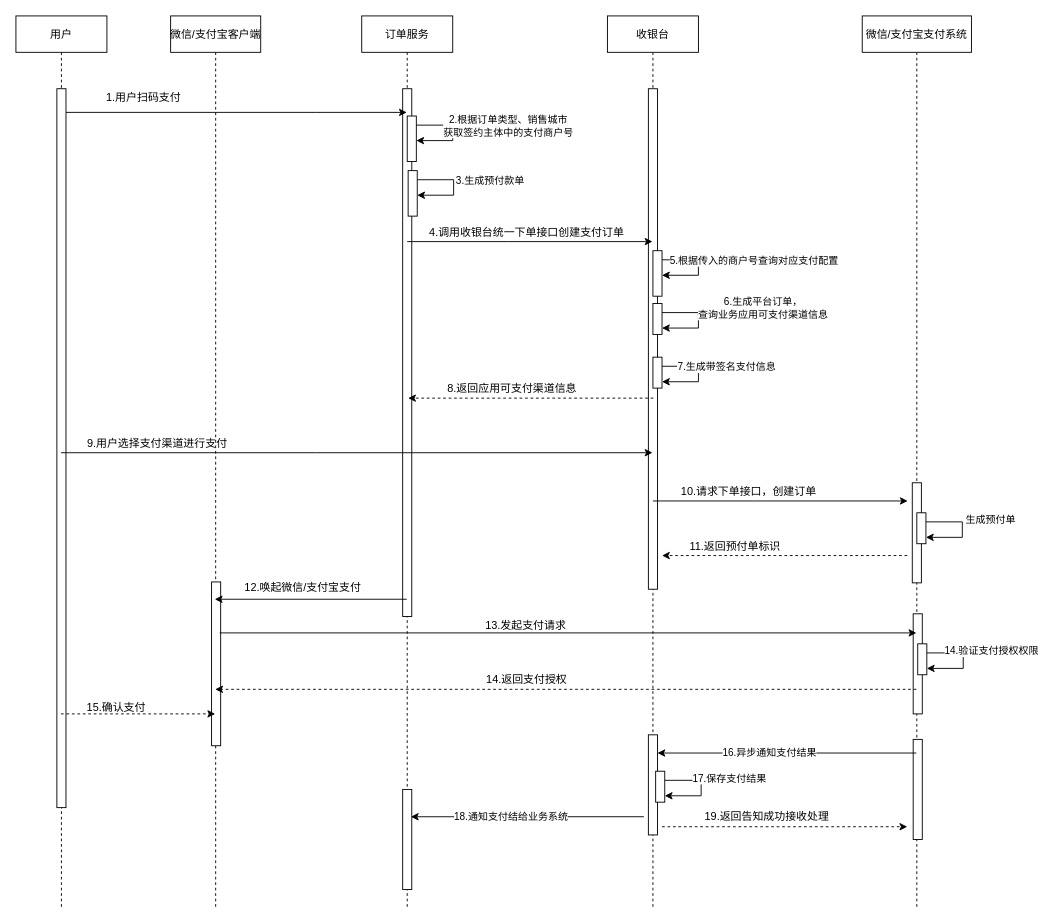
The draw.io diagram page "第 3 页" (3 of 3) of 支付流程图.drawio in YouAnCao/doc, before the edit. Source tidied: cells renumbered, new cells numbered last; positions are measured from the earlier drawing's top-left corner, leaving out a move shared by most shapes. Both pictures are drawn from the tidied source at 91%, with x=0, y=0 at pixel (15, 15).
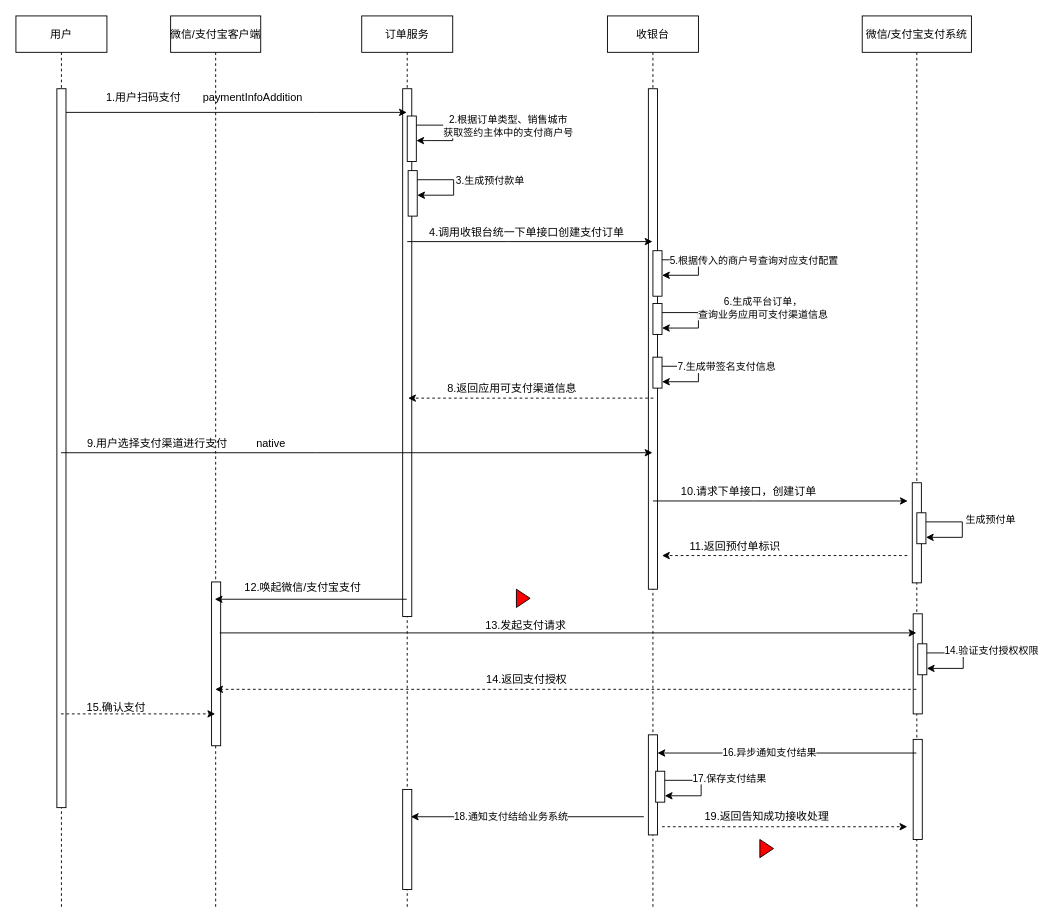
Above is the later version.

Change to the diagram source:
```diff
@@
+    <mxCell id="66" value="paymentInfoAddition" style="text;html=1;align=center;verticalAlign=middle;strokeColor=none;fillColor=none;" parent="1" vertex="1">
+      <mxGeometry x="195" y="75" width="130" height="30" as="geometry" />
+    </mxCell>
+    <mxCell id="67" value="native" style="text;html=1;align=center;verticalAlign=middle;strokeColor=none;fillColor=none;" parent="1" vertex="1">
+      <mxGeometry x="250" y="455" width="60" height="30" as="geometry" />
+    </mxCell>
+    <mxCell id="68" style="triangle;whiteSpace=wrap;html=1;fillColor=#FF0000;" parent="1" vertex="1">
+      <mxGeometry x="550" y="630" width="15" height="20" as="geometry" />
+    </mxCell>
+    <mxCell id="69" style="triangle;whiteSpace=wrap;html=1;fillColor=#FF0000;" parent="1" vertex="1">
+      <mxGeometry x="817.5" y="905" width="15" height="20" as="geometry" />
+    </mxCell>
```
